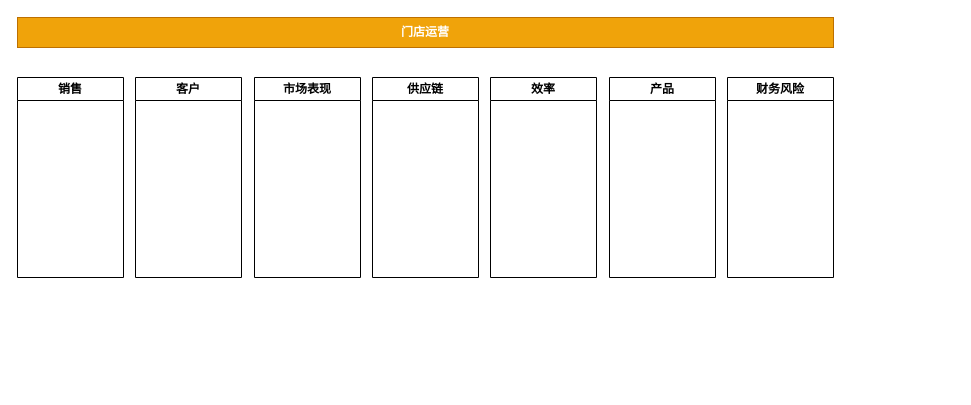
Above: zym-门店运用.drawio in ztacode/drawio (draw.io), before the change. Source tidied: cells renumbered, new cells numbered last; positions are measured from the earlier drawing's top-left corner, leaving out a move shared by most shapes. Both pictures are drawn from the tidied source at 100%, with x=0, y=0 at pixel (17, 17).
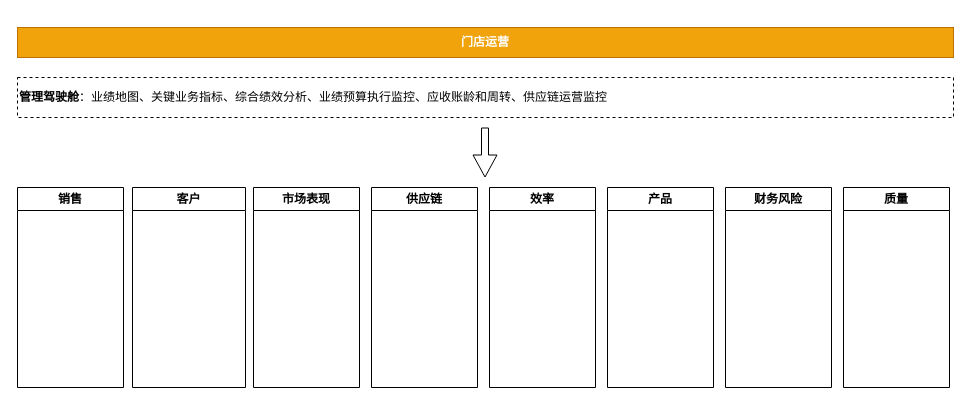
Above is the later version.

Commit message (it also covers changes not shown here):
更新zym-门店运用.drawio

The edit, as a diff of the source:
```diff
@@
 <mxGraphModel>
   <root>
     <mxCell id="0" />
     <mxCell id="1" parent="0" />
     <mxCell id="2" value="门店运营" style="rounded=0;whiteSpace=wrap;html=1;labelBackgroundColor=none;fillColor=#f0a30a;strokeColor=#BD7000;fontColor=#FFFFFF;fontStyle=1;" parent="1" vertex="1">
-      <mxGeometry width="816" height="30" as="geometry" />
+      <mxGeometry y="10" width="936" height="30" as="geometry" />
     </mxCell>
     <mxCell id="3" value="销售" style="swimlane;whiteSpace=wrap;html=1;startSize=23;" parent="1" vertex="1">
-      <mxGeometry y="60" width="106" height="200" as="geometry" />
+      <mxGeometry y="170" width="106" height="200" as="geometry" />
     </mxCell>
     <mxCell id="4" value="客户" style="swimlane;whiteSpace=wrap;html=1;" parent="1" vertex="1">
-      <mxGeometry x="118" y="60" width="106" height="200" as="geometry" />
+      <mxGeometry x="115" y="170" width="113" height="200" as="geometry" />
     </mxCell>
     <mxCell id="5" value="市场表现" style="swimlane;whiteSpace=wrap;html=1;" parent="1" vertex="1">
-      <mxGeometry x="237" y="60" width="106" height="200" as="geometry" />
+      <mxGeometry x="236" y="170" width="106" height="200" as="geometry" />
     </mxCell>
     <mxCell id="6" value="供应链" style="swimlane;whiteSpace=wrap;html=1;startSize=23;" parent="1" vertex="1">
-      <mxGeometry x="355" y="60" width="106" height="200" as="geometry" />
+      <mxGeometry x="354" y="170" width="106" height="200" as="geometry" />
     </mxCell>
     <mxCell id="7" value="效率" style="swimlane;whiteSpace=wrap;html=1;startSize=23;" parent="1" vertex="1">
-      <mxGeometry x="473" y="60" width="106" height="200" as="geometry" />
+      <mxGeometry x="472" y="170" width="106" height="200" as="geometry" />
     </mxCell>
     <mxCell id="8" value="产品" style="swimlane;whiteSpace=wrap;html=1;startSize=23;" parent="1" vertex="1">
-      <mxGeometry x="592" y="60" width="106" height="200" as="geometry" />
+      <mxGeometry x="590" y="170" width="106" height="200" as="geometry" />
     </mxCell>
     <mxCell id="9" value="财务风险" style="swimlane;whiteSpace=wrap;html=1;startSize=23;" parent="1" vertex="1">
-      <mxGeometry x="710" y="60" width="106" height="200" as="geometry" />
+      <mxGeometry x="708" y="170" width="106" height="200" as="geometry" />
     </mxCell>
+    <mxCell id="10" value="质量" style="swimlane;whiteSpace=wrap;html=1;startSize=23;" parent="1" vertex="1">
+      <mxGeometry x="826" y="170" width="106" height="200" as="geometry" />
+    </mxCell>
+    <mxCell id="11" style="shape=flexArrow;endArrow=classic;html=1;rounded=0;entryX=1;entryY=0;entryDx=0;entryDy=0;width=7;endSize=7;endWidth=16;" parent="1" edge="1">
+      <mxGeometry relative="1" as="geometry">
+        <mxPoint x="467.5" y="110" as="sourcePoint" />
+        <mxPoint x="467.5" y="160" as="targetPoint" />
+      </mxGeometry>
+    </mxCell>
+    <mxCell id="12" value="&lt;b&gt;管理驾驶舱&lt;/b&gt;：业绩地图、关键业务指标、综合绩效分析、业绩预算执行监控、应收账龄和周转、供应链运营监控" style="rounded=0;whiteSpace=wrap;html=1;dashed=1;align=left;" parent="1" vertex="1">
+      <mxGeometry y="60" width="936" height="40" as="geometry" />
+    </mxCell>
   </root>
 </mxGraphModel>
```
